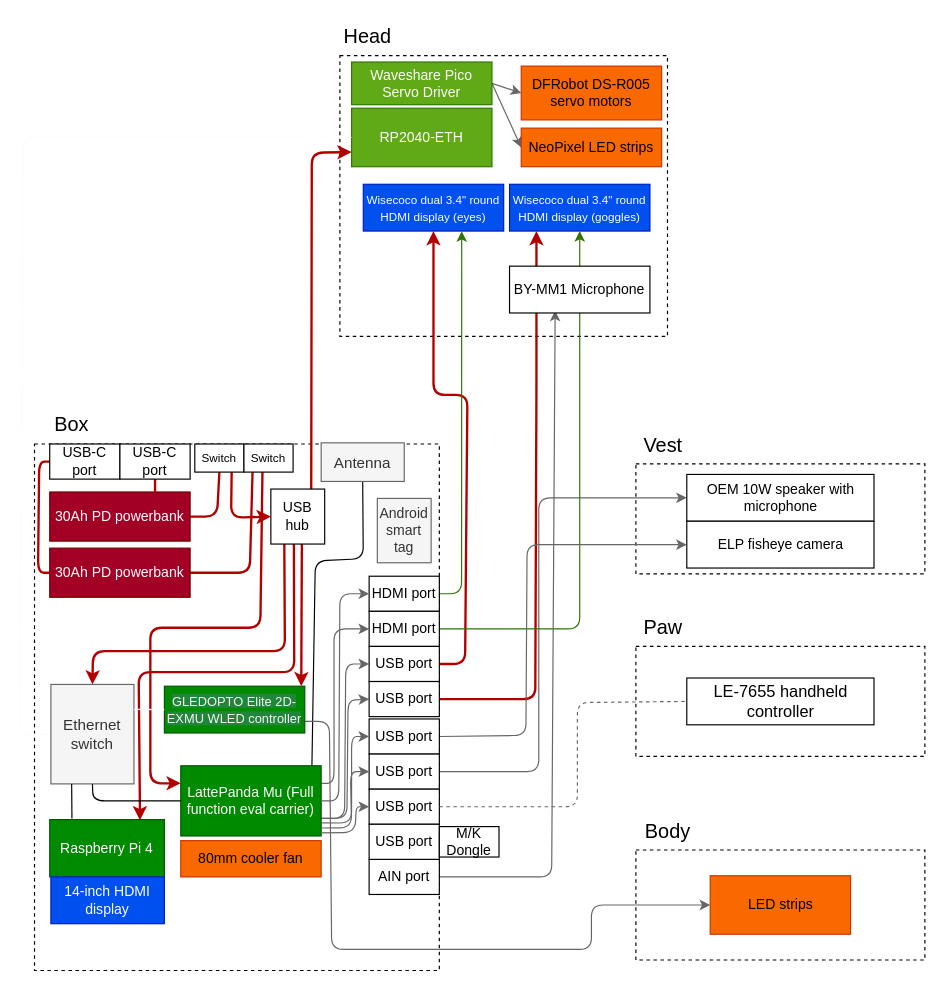
Earlier version of the draw.io diagram Planning/Hardware.drawio (MekhyW/DYNAMO2-Electronic-Fursuit-3.0). Source tidied: cells renumbered, new cells numbered last; positions are measured from the earlier drawing's top-left corner, leaving out a move shared by most shapes. Both pictures are drawn from the tidied source at 117%, with x=0, y=0 at pixel (20, 20).
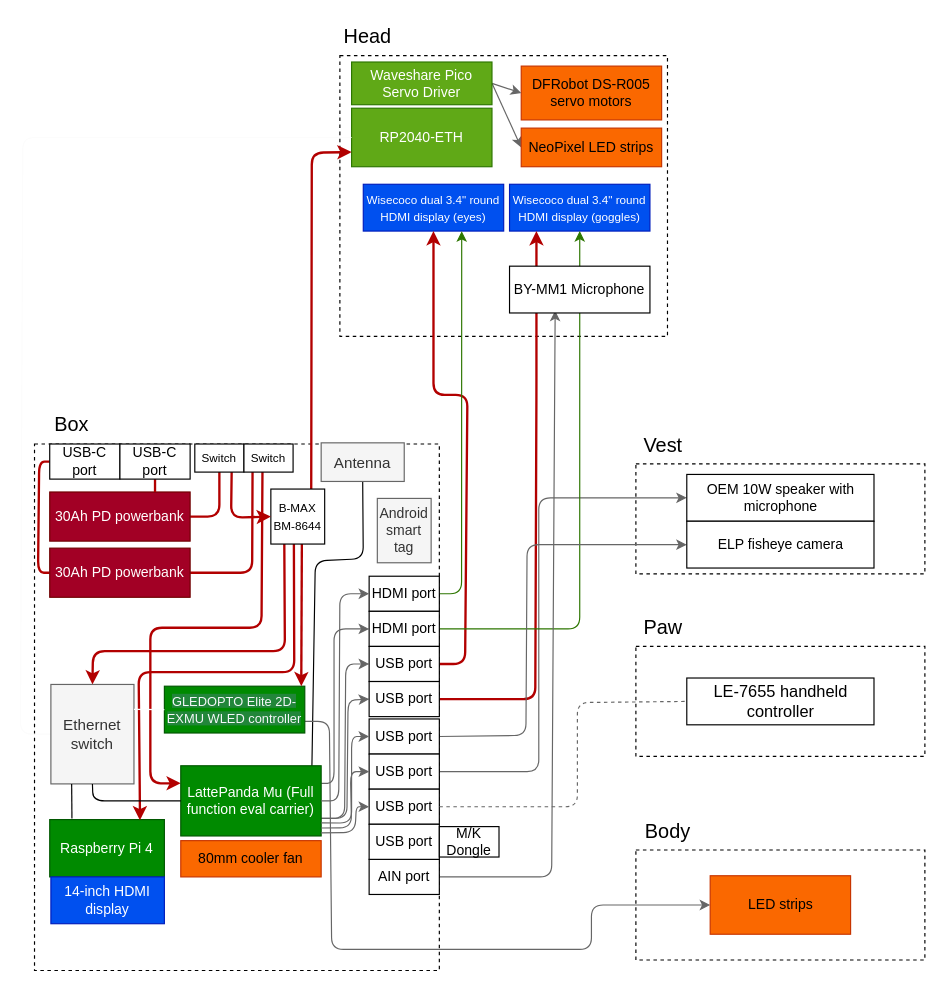
After the change.

Unchanged cells that the change refers to:
```xml
<mxCell id="12" value="30Ah PD powerbank" style="rounded=0;whiteSpace=wrap;html=1;fillColor=#a20025;fontColor=#ffffff;strokeColor=#6F0000;" parent="1" vertex="1">
  <mxGeometry x="25" y="403" width="120" height="42" as="geometry" />
</mxCell>
<mxCell id="18" value="LattePanda Mu (Full function eval carrier)" style="rounded=0;whiteSpace=wrap;html=1;fillColor=#008a00;fontColor=#ffffff;strokeColor=#005700;" parent="1" vertex="1">
  <mxGeometry x="137" y="637" width="120" height="60" as="geometry" />
</mxCell>
<mxCell id="67" value="30Ah PD powerbank" style="rounded=0;whiteSpace=wrap;html=1;fillColor=#a20025;fontColor=#ffffff;strokeColor=#6F0000;" parent="1" vertex="1">
  <mxGeometry x="25" y="451" width="120" height="42" as="geometry" />
</mxCell>
<mxCell id="71" value="&lt;span style=&quot;font-size: 10px;&quot;&gt;Switch&lt;/span&gt;" style="rounded=0;whiteSpace=wrap;html=1;direction=west;" parent="1" vertex="1">
  <mxGeometry x="149" y="362" width="42" height="24" as="geometry" />
</mxCell>
<mxCell id="72" value="&lt;span style=&quot;font-size: 10px;&quot;&gt;Switch&lt;/span&gt;" style="rounded=0;whiteSpace=wrap;html=1;direction=west;" parent="1" vertex="1">
  <mxGeometry x="191" y="362" width="42" height="24" as="geometry" />
</mxCell>
```

Change to the diagram source:
```diff
@@
     <mxCell id="10" style="edgeStyle=none;html=1;exitX=0.623;exitY=0.015;exitDx=0;exitDy=0;entryX=0;entryY=0.25;entryDx=0;entryDy=0;startArrow=none;fillColor=#e51400;strokeColor=#B20000;strokeWidth=2;exitPerimeter=0;" parent="1" edge="1" source="72" target="18">
       <mxGeometry relative="1" as="geometry">
         <Array as="points">
-          <mxPoint x="205" y="519" />
+          <mxPoint x="206" y="519" />
           <mxPoint x="111" y="519" />
           <mxPoint x="111" y="652" />
         </Array>
       </mxGeometry>
     </mxCell>
     <mxCell id="11" style="edgeStyle=none;html=1;exitX=1;exitY=0.5;exitDx=0;exitDy=0;entryX=0.5;entryY=0;entryDx=0;entryDy=0;strokeColor=#B20000;strokeWidth=2;fontSize=10;endArrow=none;endFill=0;" parent="1" edge="1" source="12" target="71">
       <mxGeometry relative="1" as="geometry">
         <Array as="points">
-          <mxPoint x="168" y="424" />
+          <mxPoint x="170" y="424" />
         </Array>
       </mxGeometry>
     </mxCell>
@@
     <mxCell id="65" style="edgeStyle=none;html=1;exitX=1;exitY=0.5;exitDx=0;exitDy=0;entryX=0.825;entryY=0.004;entryDx=0;entryDy=0;strokeColor=#B20000;strokeWidth=2;fontSize=10;endArrow=none;endFill=0;entryPerimeter=0;" parent="1" edge="1" source="67" target="72">
       <mxGeometry relative="1" as="geometry">
         <Array as="points">
-          <mxPoint x="196" y="472" />
+          <mxPoint x="198" y="472" />
         </Array>
       </mxGeometry>
     </mxCell>
@@
-    <mxCell id="69" value="USB hub" style="rounded=0;whiteSpace=wrap;html=1;" parent="1" vertex="1">
+    <mxCell id="69" value="&lt;font style=&quot;font-size: 10px;&quot;&gt;B-MAX BM-8644&lt;/font&gt;" style="rounded=0;whiteSpace=wrap;html=1;" parent="1" vertex="1">
       <mxGeometry x="214" y="400.5" width="46" height="47" as="geometry" />
     </mxCell>
```
